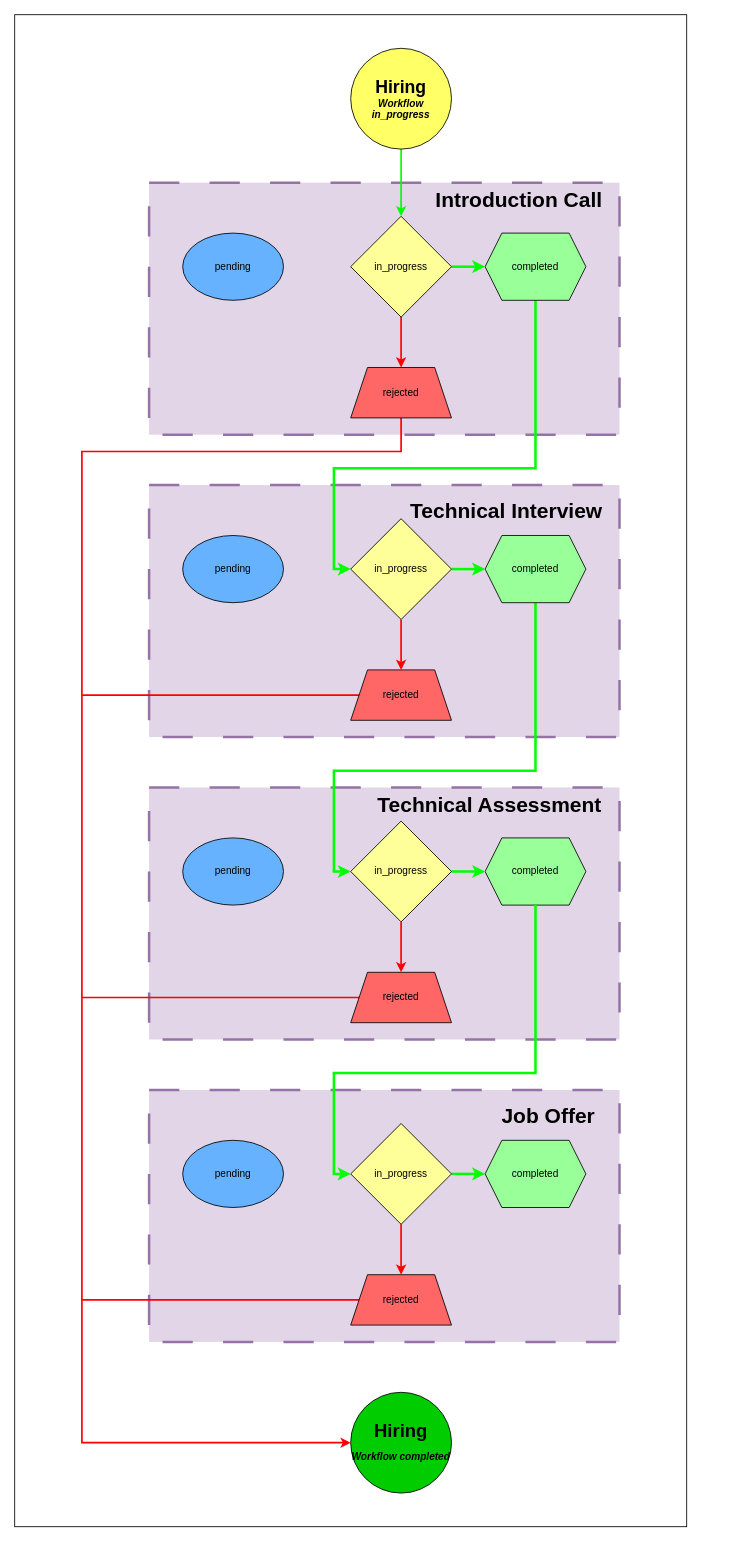
Above: design/StateEngine_Design.drawio in binibenny95/state_machine (draw.io), before the change. Source tidied: cells renumbered, new cells numbered last; positions are measured from the earlier drawing's top-left corner, leaving out a move shared by most shapes. Both pictures are drawn from the tidied source at 84%, with x=0, y=0 at pixel (14, 14).
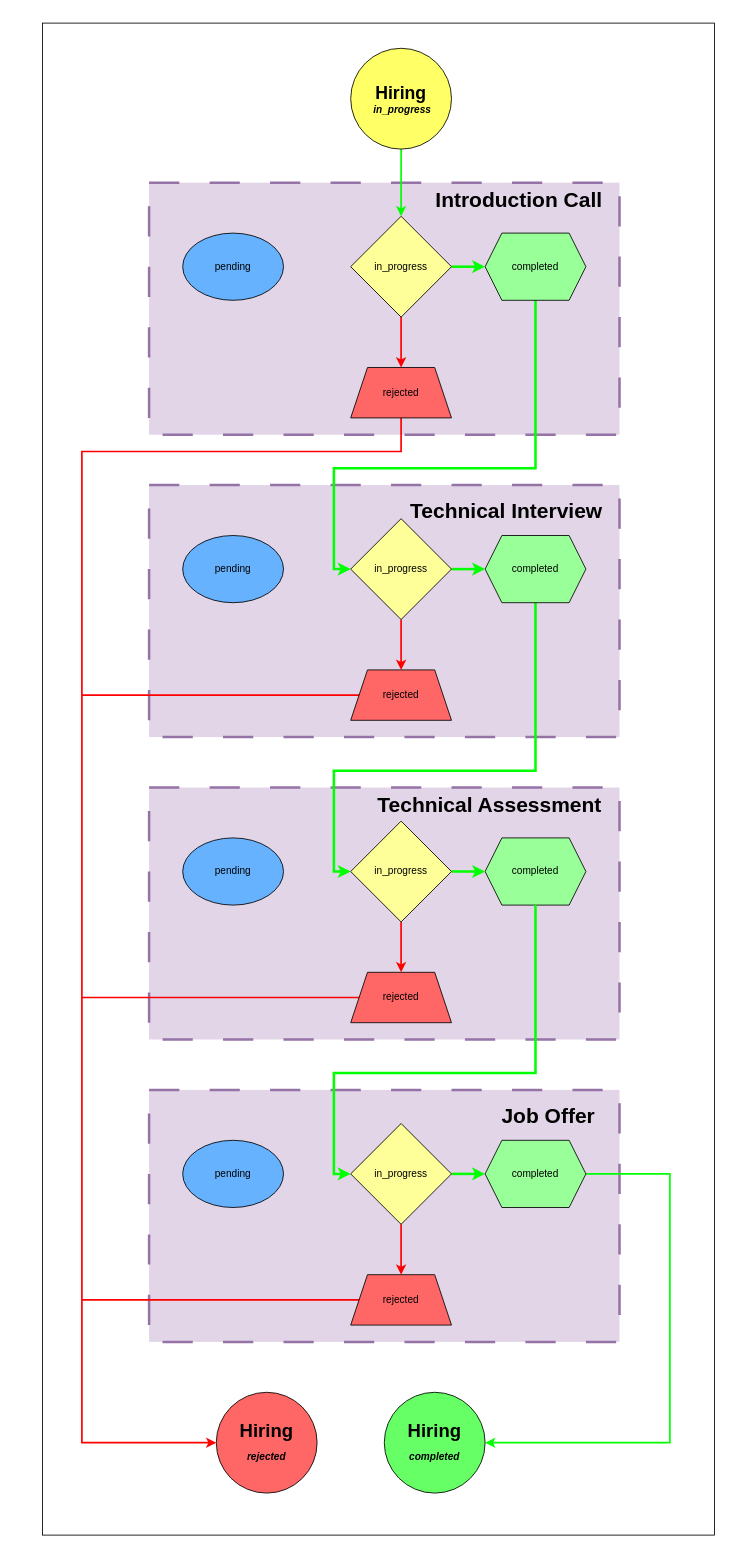
After the change.

The change refers to these unchanged cells:
```xml
<mxCell id="36" value="completed" style="shape=hexagon;perimeter=hexagonPerimeter2;whiteSpace=wrap;html=1;fixedSize=1;fillColor=#99FF99;" parent="1" vertex="1">
  <mxGeometry x="560" y="1340" width="120" height="80" as="geometry" />
</mxCell>
```

What changed in the source:
```diff
@@
     <mxCell id="2" style="rounded=0;whiteSpace=wrap;html=1;" parent="1" vertex="1">
-      <mxGeometry width="800" height="1800" as="geometry" />
+      <mxGeometry x="33" y="10" width="800" height="1800" as="geometry" />
     </mxCell>
@@
-    <mxCell id="8" value="&lt;font style=&quot;font-size: 21px;&quot;&gt;&lt;b&gt;Hiring&lt;/b&gt;&lt;/font&gt;&lt;div&gt;&lt;font size=&quot;1&quot; style=&quot;&quot;&gt;&lt;b style=&quot;font-size: 12px;&quot;&gt;&lt;i&gt;Workflow in_progress&lt;/i&gt;&lt;/b&gt;&lt;/font&gt;&lt;/div&gt;" style="ellipse;whiteSpace=wrap;html=1;fillColor=#FFFF66;" parent="1" vertex="1">
+    <mxCell id="8" value="&lt;font style=&quot;font-size: 21px;&quot;&gt;&lt;b&gt;Hiring&lt;/b&gt;&lt;/font&gt;&lt;div&gt;&lt;b style=&quot;background-color: initial;&quot;&gt;&lt;i&gt;&amp;nbsp;in_progress&lt;/i&gt;&lt;/b&gt;&lt;/div&gt;" style="ellipse;whiteSpace=wrap;html=1;fillColor=#FFFF66;" parent="1" vertex="1">
       <mxGeometry x="400" y="40" width="120" height="120" as="geometry" />
     </mxCell>
-    <mxCell id="9" value="&lt;b&gt;&lt;font style=&quot;font-size: 22px;&quot;&gt;Hiring&lt;/font&gt;&lt;/b&gt;&lt;div&gt;&lt;b&gt;&lt;i&gt;Workflow completed&lt;/i&gt;&lt;/b&gt;&lt;b&gt;&lt;font style=&quot;font-size: 22px;&quot;&gt;&lt;br&gt;&lt;/font&gt;&lt;/b&gt;&lt;/div&gt;" style="ellipse;whiteSpace=wrap;html=1;fillColor=#00CC00;" parent="1" vertex="1">
-      <mxGeometry x="400" y="1640" width="120" height="120" as="geometry" />
+    <mxCell id="9" value="&lt;b&gt;&lt;font style=&quot;font-size: 22px;&quot;&gt;Hiring&lt;/font&gt;&lt;/b&gt;&lt;div&gt;&lt;b&gt;&lt;i&gt;rejected&lt;/i&gt;&lt;/b&gt;&lt;b&gt;&lt;font style=&quot;font-size: 22px;&quot;&gt;&lt;br&gt;&lt;/font&gt;&lt;/b&gt;&lt;/div&gt;" style="ellipse;whiteSpace=wrap;html=1;fillColor=#FF6666;" parent="1" vertex="1">
+      <mxGeometry x="240" y="1640" width="120" height="120" as="geometry" />
     </mxCell>
@@
+    <mxCell id="45" style="edgeStyle=orthogonalEdgeStyle;rounded=0;jettySize=auto;html=1;entryX=1;entryY=0.5;entryDx=0;entryDy=0;strokeColor=#00FF00;strokeWidth=2;" parent="1" edge="1" source="36" target="46">
+      <mxGeometry relative="1" as="geometry">
+        <Array as="points">
+          <mxPoint x="780" y="1380" />
+          <mxPoint x="780" y="1700" />
+        </Array>
+      </mxGeometry>
+    </mxCell>
@@
+    <mxCell id="46" value="&lt;b&gt;&lt;font style=&quot;font-size: 22px;&quot;&gt;Hiring&lt;/font&gt;&lt;/b&gt;&lt;div&gt;&lt;b&gt;&lt;i&gt;completed&lt;/i&gt;&lt;/b&gt;&lt;b&gt;&lt;font style=&quot;font-size: 22px;&quot;&gt;&lt;br&gt;&lt;/font&gt;&lt;/b&gt;&lt;/div&gt;" style="ellipse;whiteSpace=wrap;html=1;fillColor=#66FF66;" parent="1" vertex="1">
+      <mxGeometry x="440" y="1640" width="120" height="120" as="geometry" />
+    </mxCell>
```
